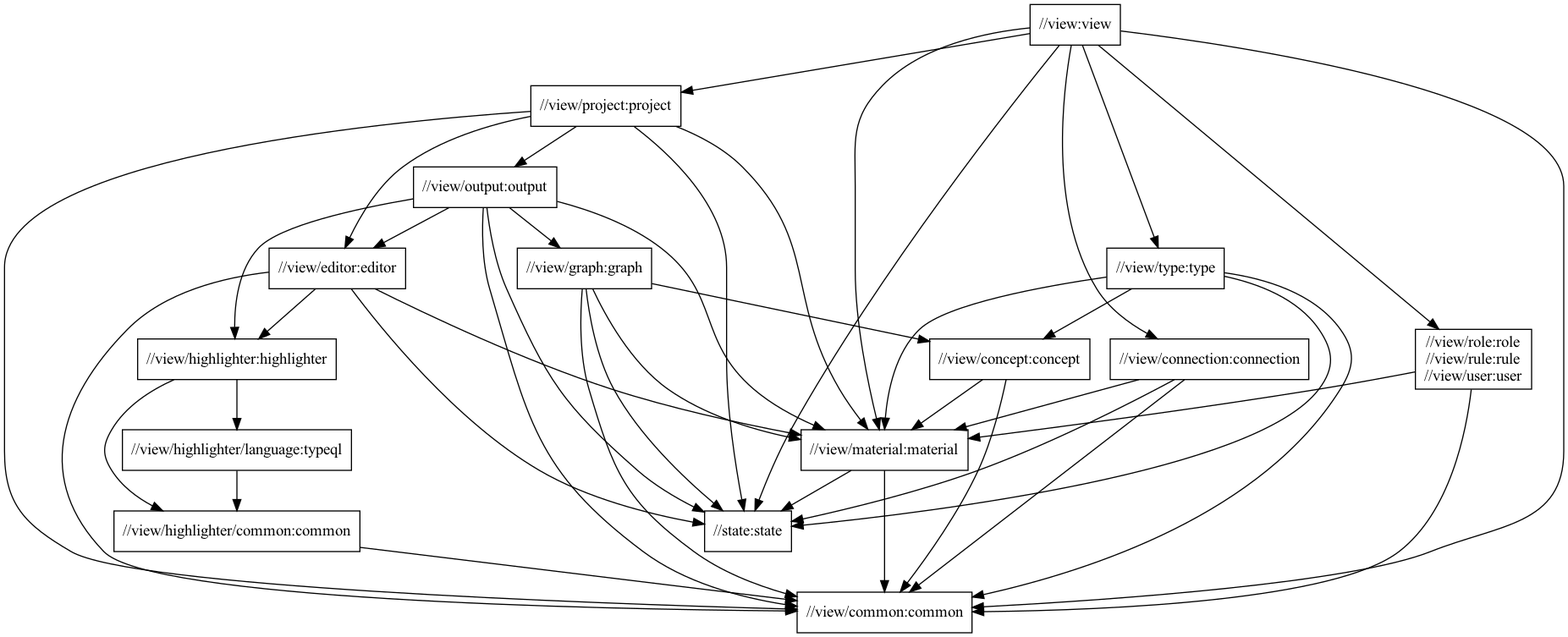
Before: docs/view-package-structure.png, a diagram exported from Graphviz (typedb/typedb-studio). Its source is kept beside it as docs/view-package-structure.dot.
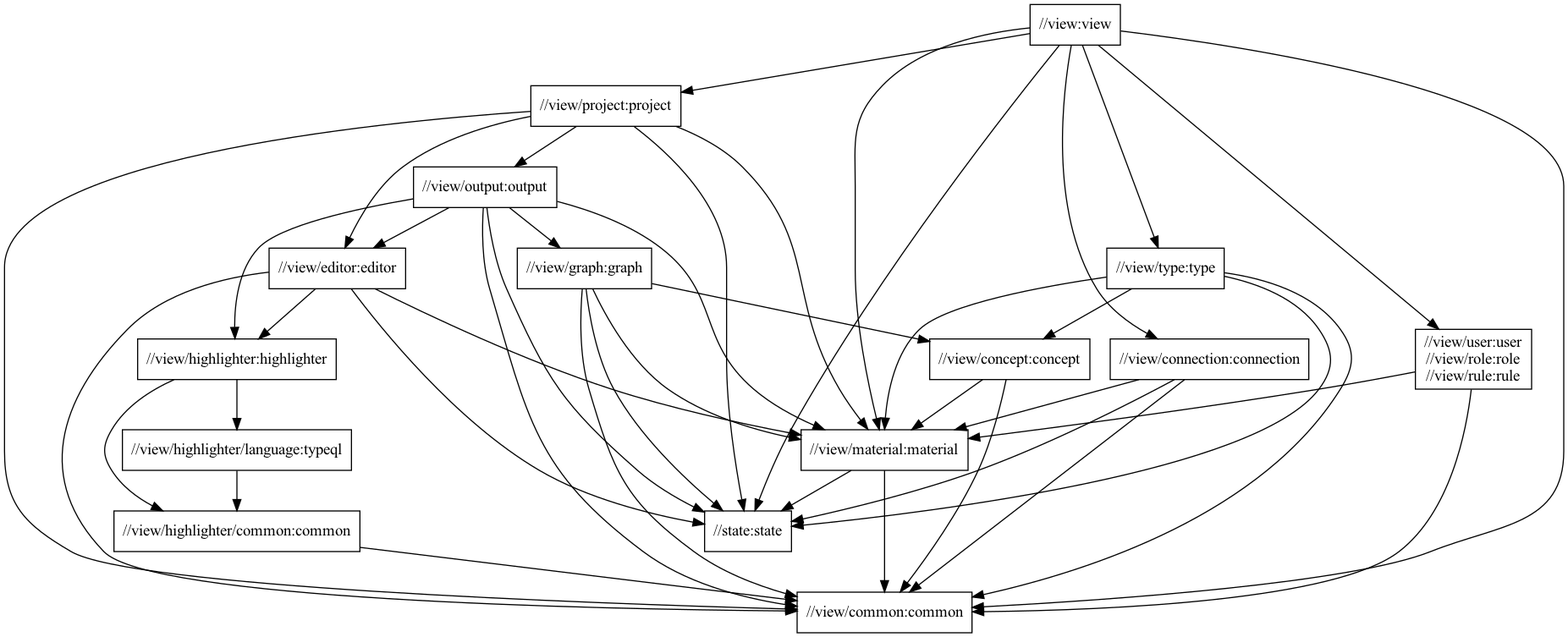
The same diagram one commit later.

Change to the diagram source:
```diff
@@ -5,12 +5,17 @@
   "//view:view" -> "//view/connection:connection"
   "//view:view" -> "//view/material:material"
   "//view:view" -> "//view/project:project"
-  "//view:view" -> "//view/role:role\n//view/rule:rule\n//view/user:user"
+  "//view:view" -> "//view/user:user\n//view/role:role\n//view/rule:rule"
   "//view:view" -> "//view/type:type"
   "//view:view" -> "//state:state"
-  "//view/role:role\n//view/rule:rule\n//view/user:user"
-  "//view/role:role\n//view/rule:rule\n//view/user:user" -> "//view/common:common"
-  "//view/role:role\n//view/rule:rule\n//view/user:user" -> "//view/material:material"
+  "//view/type:type"
+  "//view/type:type" -> "//view/common:common"
+  "//view/type:type" -> "//view/concept:concept"
+  "//view/type:type" -> "//view/material:material"
+  "//view/type:type" -> "//state:state"
+  "//view/user:user\n//view/role:role\n//view/rule:rule"
+  "//view/user:user\n//view/role:role\n//view/rule:rule" -> "//view/common:common"
+  "//view/user:user\n//view/role:role\n//view/rule:rule" -> "//view/material:material"
   "//view/project:project"
   "//view/project:project" -> "//view/common:common"
   "//view/project:project" -> "//view/editor:editor"
@@ -29,33 +34,28 @@
   "//view/graph:graph" -> "//view/concept:concept"
   "//view/graph:graph" -> "//view/material:material"
   "//view/graph:graph" -> "//state:state"
+  "//view/concept:concept"
+  "//view/concept:concept" -> "//view/common:common"
+  "//view/concept:concept" -> "//view/material:material"
+  "//view/connection:connection"
+  "//view/connection:connection" -> "//view/common:common"
+  "//view/connection:connection" -> "//view/material:material"
+  "//view/connection:connection" -> "//state:state"
   "//view/editor:editor"
   "//view/editor:editor" -> "//view/common:common"
   "//view/editor:editor" -> "//view/highlighter:highlighter"
   "//view/editor:editor" -> "//view/material:material"
   "//view/editor:editor" -> "//state:state"
-  "//view/connection:connection"
-  "//view/connection:connection" -> "//view/common:common"
-  "//view/connection:connection" -> "//view/material:material"
-  "//view/connection:connection" -> "//state:state"
+  "//view/material:material"
+  "//view/material:material" -> "//view/common:common"
+  "//view/material:material" -> "//state:state"
+  "//state:state"
   "//view/highlighter:highlighter"
   "//view/highlighter:highlighter" -> "//view/highlighter/common:common"
   "//view/highlighter:highlighter" -> "//view/highlighter/language:typeql"
   "//view/highlighter/language:typeql"
   "//view/highlighter/language:typeql" -> "//view/highlighter/common:common"
-  "//view/type:type"
-  "//view/type:type" -> "//view/common:common"
-  "//view/type:type" -> "//view/concept:concept"
-  "//view/type:type" -> "//view/material:material"
-  "//view/type:type" -> "//state:state"
-  "//view/concept:concept"
-  "//view/concept:concept" -> "//view/common:common"
-  "//view/concept:concept" -> "//view/material:material"
-  "//view/material:material"
-  "//view/material:material" -> "//view/common:common"
-  "//view/material:material" -> "//state:state"
   "//view/highlighter/common:common"
   "//view/highlighter/common:common" -> "//view/common:common"
   "//view/common:common"
-  "//state:state"
 }
```
